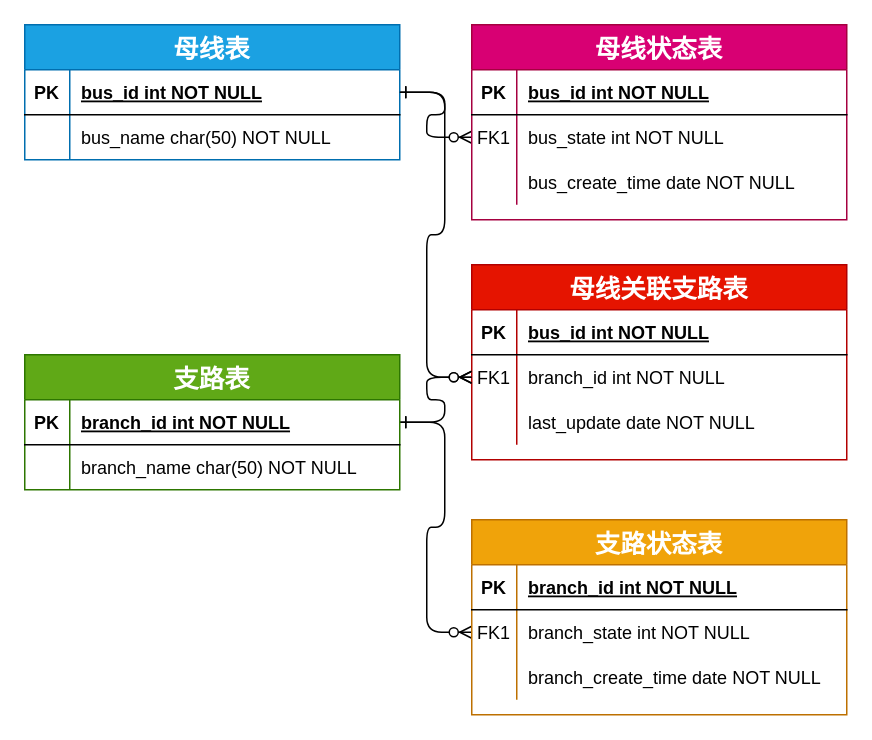
Before: 未命名绘图.drawio in DylanCZW/advanced-java, a draw.io diagram. Source tidied: cells renumbered, new cells numbered last; positions are measured from the earlier drawing's top-left corner, leaving out a move shared by most shapes. Both pictures are drawn from the tidied source at 150%, with x=0, y=0 at pixel (24, 24).
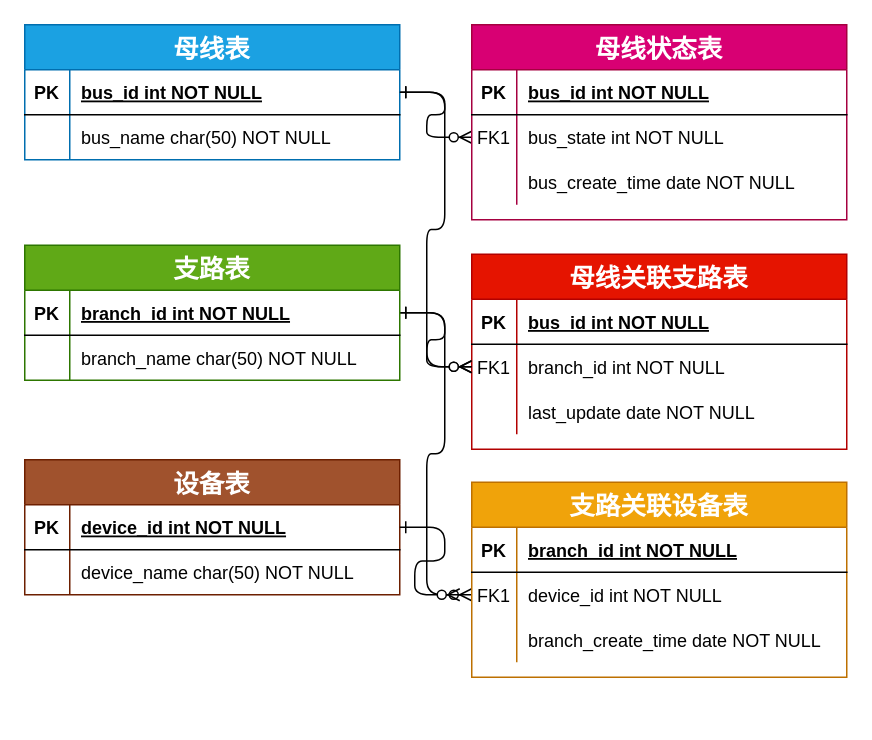
After the change.

Commit message:
更新未命名绘图.drawio

Unchanged cells that the change refers to:
```xml
<mxCell id="37" style="shape=partialRectangle;fillColor=none;points=[[0,0.5],[1,0.5]];portConstraint=eastwest;top=0;left=0;right=0;bottom=0;" parent="33" vertex="1">
  <mxGeometry y="60" width="250" height="30" as="geometry" />
</mxCell>
```

Diff of the diagram source:
```diff
@@
     <mxCell id="14" value="母线关联支路表" style="shape=table;startSize=30;childLayout=tableLayout;rowLines=0;fontStyle=1;align=center;fillColor=#e51400;fontColor=#ffffff;strokeColor=#B20000;fontSize=17;" parent="1" vertex="1">
-      <mxGeometry x="298" y="160" width="250" height="130" as="geometry" />
+      <mxGeometry x="298" y="153" width="250" height="130" as="geometry" />
     </mxCell>
@@
-    <mxCell id="33" value="支路状态表" style="shape=table;startSize=30;childLayout=tableLayout;rowLines=0;fontStyle=1;align=center;fillColor=#f0a30a;fontColor=#FFFFFF;strokeColor=#BD7000;fontSize=17;" parent="1" vertex="1">
-      <mxGeometry x="298" y="330" width="250" height="130" as="geometry" />
+    <mxCell id="33" value="支路关联设备表" style="shape=table;startSize=30;childLayout=tableLayout;rowLines=0;fontStyle=1;align=center;fillColor=#f0a30a;fontColor=#FFFFFF;strokeColor=#BD7000;fontSize=17;" parent="1" vertex="1">
+      <mxGeometry x="298" y="305" width="250" height="130" as="geometry" />
     </mxCell>
@@
-    <mxCell id="39" value="branch_state int NOT NULL" style="shape=partialRectangle;overflow=hidden;fillColor=none;top=0;left=0;bottom=0;right=0;align=left;spacingLeft=6;" parent="37" vertex="1">
+    <mxCell id="39" value="device_id int NOT NULL" style="shape=partialRectangle;overflow=hidden;fillColor=none;top=0;left=0;bottom=0;right=0;align=left;spacingLeft=6;" parent="37" vertex="1">
       <mxGeometry x="30" width="220" height="30" as="geometry" />
     </mxCell>
@@
     <mxCell id="43" value="支路表" style="shape=table;startSize=30;childLayout=tableLayout;rowLines=0;fontStyle=1;align=center;fillColor=#60a917;strokeColor=#2D7600;fontColor=#ffffff;fontSize=17;" parent="1" vertex="1">
-      <mxGeometry y="220" width="250" height="90" as="geometry" />
+      <mxGeometry y="147" width="250" height="90" as="geometry" />
     </mxCell>
@@
+    <mxCell id="50" value="设备表" style="shape=table;startSize=30;childLayout=tableLayout;rowLines=0;fontStyle=1;align=center;fillColor=#a0522d;strokeColor=#6D1F00;fontColor=#ffffff;fontSize=17;" parent="1" vertex="1">
+      <mxGeometry y="290" width="250" height="90" as="geometry" />
+    </mxCell>
+    <mxCell id="51" style="shape=partialRectangle;fillColor=none;points=[[0,0.5],[1,0.5]];portConstraint=eastwest;top=0;left=0;right=0;bottom=1;" parent="50" vertex="1">
+      <mxGeometry y="30" width="250" height="30" as="geometry" />
+    </mxCell>
+    <mxCell id="52" value="PK" style="shape=partialRectangle;overflow=hidden;fillColor=none;top=0;left=0;bottom=0;right=0;fontStyle=1;" parent="51" vertex="1">
+      <mxGeometry width="30" height="30" as="geometry" />
+    </mxCell>
+    <mxCell id="53" value="device_id int NOT NULL " style="shape=partialRectangle;overflow=hidden;fillColor=none;top=0;left=0;bottom=0;right=0;align=left;spacingLeft=6;fontStyle=5;" parent="51" vertex="1">
+      <mxGeometry x="30" width="220" height="30" as="geometry" />
+    </mxCell>
+    <mxCell id="54" style="shape=partialRectangle;fillColor=none;top=0;left=0;right=0;bottom=0;" parent="50" vertex="1">
+      <mxGeometry y="60" width="250" height="30" as="geometry" />
+    </mxCell>
+    <mxCell id="55" style="shape=partialRectangle;overflow=hidden;fillColor=none;top=0;left=0;bottom=0;right=0;" parent="54" vertex="1">
+      <mxGeometry width="30" height="30" as="geometry" />
+    </mxCell>
+    <mxCell id="56" value="device_name char(50) NOT NULL" style="shape=partialRectangle;overflow=hidden;fillColor=none;top=0;left=0;bottom=0;right=0;align=left;spacingLeft=6;" parent="54" vertex="1">
+      <mxGeometry x="30" width="220" height="30" as="geometry" />
+    </mxCell>
+    <mxCell id="57" style="edgeStyle=entityRelationEdgeStyle;endArrow=ERzeroToMany;startArrow=ERone;endFill=1;startFill=0;exitX=1;exitY=0.5;exitDx=0;exitDy=0;" parent="1" edge="1" source="51">
+      <mxGeometry relative="1" as="geometry">
+        <mxPoint x="290" y="380" as="targetPoint" />
+      </mxGeometry>
+    </mxCell>
```
